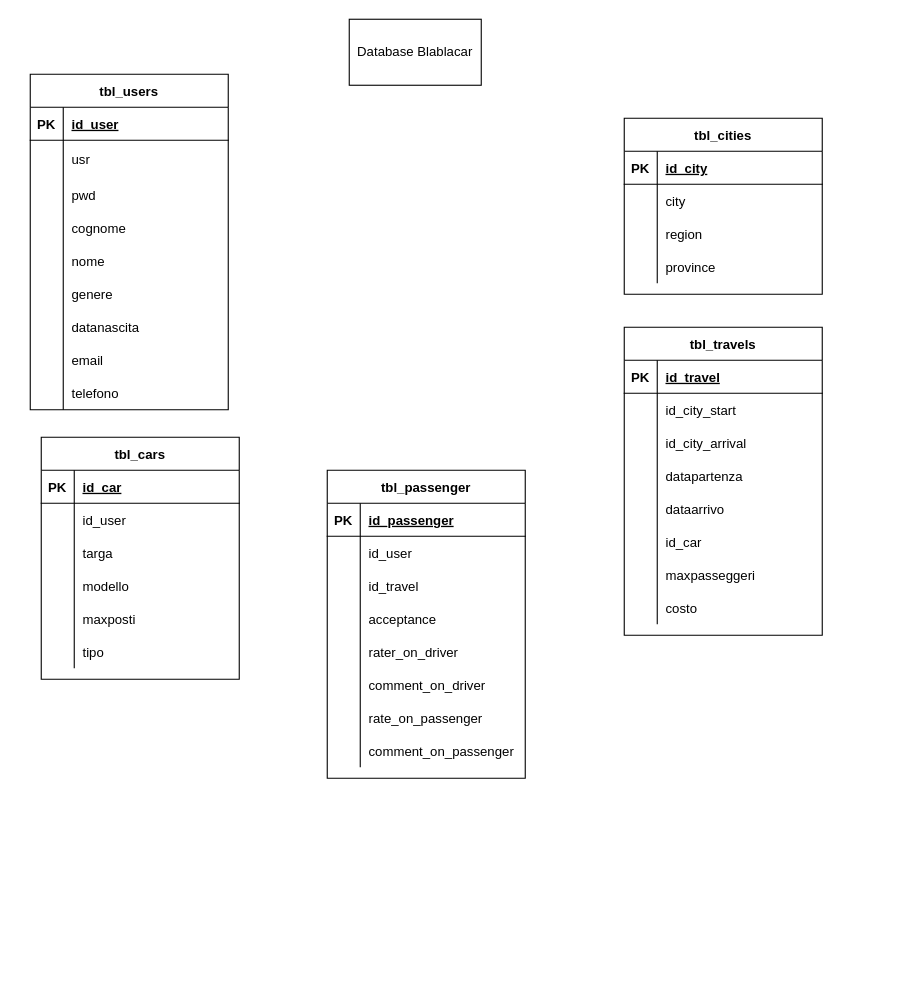
This is blablacar.drawio from andreabesso/andreabesso, a draw.io file, before an edit. Source tidied: cells renumbered, new cells numbered last; positions are measured from the earlier drawing's top-left corner, leaving out a move shared by most shapes. Both pictures are drawn from the tidied source at 110%, with x=0, y=0 at pixel (30, 19).
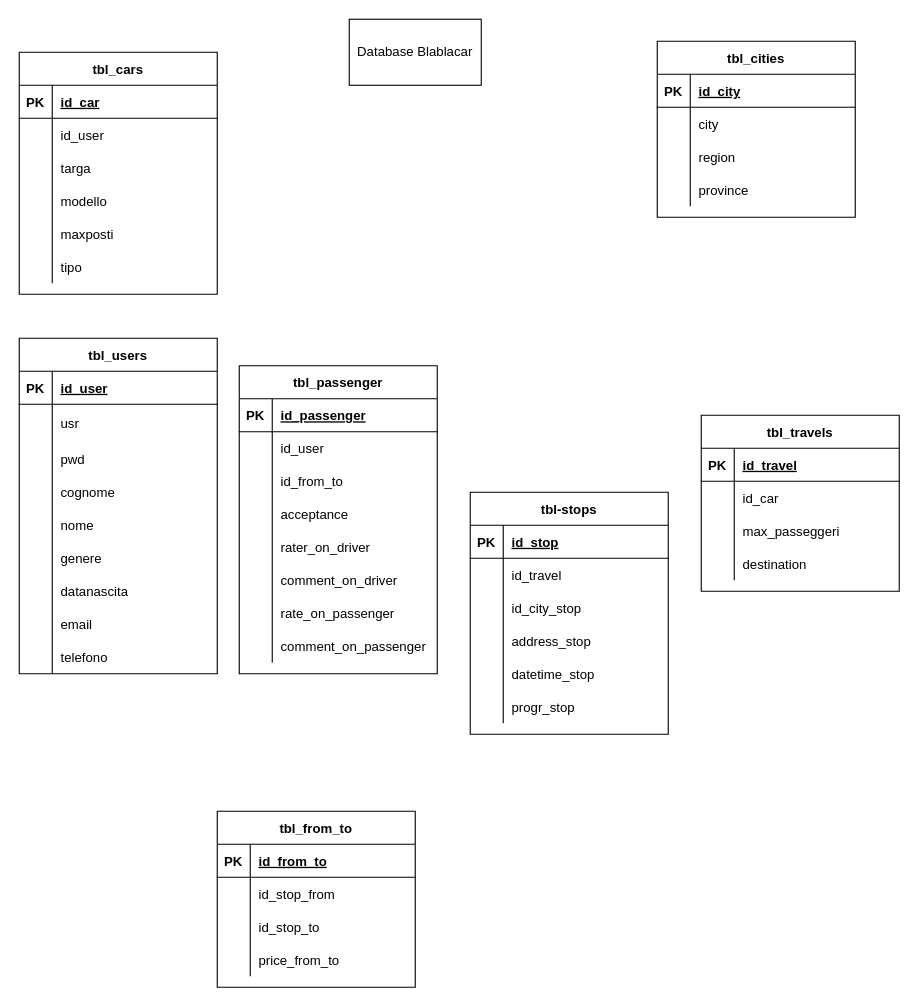
Above is the later version.

Unchanged cells that the change refers to:
```xml
<mxCell id="94" style="shape=partialRectangle;fillColor=none;top=0;left=0;bottom=0;right=0;" parent="87" vertex="1">
  <mxGeometry y="90" width="180" height="30" as="geometry" />
</mxCell>
```

The edit, as a diff of the source:
```diff
@@
     <mxCell id="2" value="tbl_users" style="shape=table;startSize=30;childLayout=tableLayout;rowLines=0;fontStyle=1;align=center;" parent="1" vertex="1">
-      <mxGeometry y="50" width="180" height="305" as="geometry" />
+      <mxGeometry x="-10" y="290" width="180" height="305" as="geometry" />
     </mxCell>
@@
     <mxCell id="30" value="tbl_cars" style="shape=table;startSize=30;childLayout=tableLayout;rowLines=0;fontStyle=1;align=center;" parent="1" vertex="1">
-      <mxGeometry x="10" y="380" width="180" height="220" as="geometry" />
+      <mxGeometry x="-10" y="30" width="180" height="220" as="geometry" />
     </mxCell>
@@
-    <mxCell id="49" value="tbl_travels" style="shape=table;startSize=30;childLayout=tableLayout;rowLines=0;fontStyle=1;align=center;" parent="1" vertex="1">
-      <mxGeometry x="540" y="280" width="180" height="280" as="geometry" />
-    </mxCell>
-    <mxCell id="50" style="shape=partialRectangle;fillColor=none;top=0;left=0;bottom=1;right=0;" parent="49" vertex="1">
-      <mxGeometry y="30" width="180" height="30" as="geometry" />
-    </mxCell>
-    <mxCell id="51" value="PK" style="shape=partialRectangle;fillColor=none;top=0;left=0;bottom=0;right=0;fontStyle=1;overflow=hidden;" parent="50" vertex="1">
-      <mxGeometry width="30" height="30" as="geometry" />
-    </mxCell>
-    <mxCell id="52" value="id_travel" style="shape=partialRectangle;fillColor=none;top=0;left=0;bottom=0;right=0;align=left;spacingLeft=6;fontStyle=5;overflow=hidden;" parent="50" vertex="1">
-      <mxGeometry x="30" width="150" height="30" as="geometry" />
-    </mxCell>
-    <mxCell id="53" style="shape=partialRectangle;fillColor=none;top=0;left=0;bottom=0;right=0;" parent="49" vertex="1">
-      <mxGeometry y="60" width="180" height="30" as="geometry" />
-    </mxCell>
-    <mxCell id="54" style="shape=partialRectangle;fillColor=none;top=0;left=0;bottom=0;right=0;overflow=hidden;" parent="53" vertex="1">
-      <mxGeometry width="30" height="30" as="geometry" />
-    </mxCell>
-    <mxCell id="55" value="id_city_start" style="shape=partialRectangle;fillColor=none;top=0;left=0;bottom=0;right=0;align=left;spacingLeft=6;overflow=hidden;" parent="53" vertex="1">
-      <mxGeometry x="30" width="150" height="30" as="geometry" />
-    </mxCell>
-    <mxCell id="56" style="shape=partialRectangle;fillColor=none;top=0;left=0;bottom=0;right=0;" parent="49" vertex="1">
-      <mxGeometry y="90" width="180" height="30" as="geometry" />
-    </mxCell>
-    <mxCell id="57" style="shape=partialRectangle;fillColor=none;top=0;left=0;bottom=0;right=0;overflow=hidden;" parent="56" vertex="1">
-      <mxGeometry width="30" height="30" as="geometry" />
-    </mxCell>
-    <mxCell id="58" value="id_city_arrival" style="shape=partialRectangle;fillColor=none;top=0;left=0;bottom=0;right=0;align=left;spacingLeft=6;overflow=hidden;" parent="56" vertex="1">
-      <mxGeometry x="30" width="150" height="30" as="geometry" />
-    </mxCell>
-    <mxCell id="59" style="shape=partialRectangle;fillColor=none;top=0;left=0;bottom=0;right=0;" parent="49" vertex="1">
-      <mxGeometry y="120" width="180" height="30" as="geometry" />
-    </mxCell>
-    <mxCell id="60" style="shape=partialRectangle;fillColor=none;top=0;left=0;bottom=0;right=0;overflow=hidden;" parent="59" vertex="1">
-      <mxGeometry width="30" height="30" as="geometry" />
-    </mxCell>
-    <mxCell id="61" value="datapartenza" style="shape=partialRectangle;fillColor=none;top=0;left=0;bottom=0;right=0;align=left;spacingLeft=6;overflow=hidden;" parent="59" vertex="1">
-      <mxGeometry x="30" width="150" height="30" as="geometry" />
-    </mxCell>
-    <mxCell id="62" style="shape=partialRectangle;fillColor=none;top=0;left=0;bottom=0;right=0;" parent="49" vertex="1">
-      <mxGeometry y="150" width="180" height="30" as="geometry" />
-    </mxCell>
-    <mxCell id="63" style="shape=partialRectangle;fillColor=none;top=0;left=0;bottom=0;right=0;overflow=hidden;" parent="62" vertex="1">
-      <mxGeometry width="30" height="30" as="geometry" />
-    </mxCell>
-    <mxCell id="64" value="dataarrivo" style="shape=partialRectangle;fillColor=none;top=0;left=0;bottom=0;right=0;align=left;spacingLeft=6;overflow=hidden;" parent="62" vertex="1">
-      <mxGeometry x="30" width="150" height="30" as="geometry" />
-    </mxCell>
-    <mxCell id="65" style="shape=partialRectangle;fillColor=none;top=0;left=0;bottom=0;right=0;" parent="49" vertex="1">
-      <mxGeometry y="180" width="180" height="30" as="geometry" />
-    </mxCell>
-    <mxCell id="66" style="shape=partialRectangle;fillColor=none;top=0;left=0;bottom=0;right=0;overflow=hidden;" parent="65" vertex="1">
-      <mxGeometry width="30" height="30" as="geometry" />
-    </mxCell>
-    <mxCell id="67" value="id_car" style="shape=partialRectangle;fillColor=none;top=0;left=0;bottom=0;right=0;align=left;spacingLeft=6;overflow=hidden;" parent="65" vertex="1">
-      <mxGeometry x="30" width="150" height="30" as="geometry" />
-    </mxCell>
-    <mxCell id="68" style="shape=partialRectangle;fillColor=none;top=0;left=0;bottom=0;right=0;" parent="49" vertex="1">
-      <mxGeometry y="210" width="180" height="30" as="geometry" />
-    </mxCell>
-    <mxCell id="69" style="shape=partialRectangle;fillColor=none;top=0;left=0;bottom=0;right=0;overflow=hidden;" parent="68" vertex="1">
-      <mxGeometry width="30" height="30" as="geometry" />
-    </mxCell>
-    <mxCell id="70" value="maxpasseggeri" style="shape=partialRectangle;fillColor=none;top=0;left=0;bottom=0;right=0;align=left;spacingLeft=6;overflow=hidden;" parent="68" vertex="1">
-      <mxGeometry x="30" width="150" height="30" as="geometry" />
-    </mxCell>
-    <mxCell id="71" style="shape=partialRectangle;fillColor=none;top=0;left=0;bottom=0;right=0;" parent="49" vertex="1">
-      <mxGeometry y="240" width="180" height="30" as="geometry" />
-    </mxCell>
-    <mxCell id="72" style="shape=partialRectangle;fillColor=none;top=0;left=0;bottom=0;right=0;overflow=hidden;" parent="71" vertex="1">
-      <mxGeometry width="30" height="30" as="geometry" />
-    </mxCell>
-    <mxCell id="73" value="costo" style="shape=partialRectangle;fillColor=none;top=0;left=0;bottom=0;right=0;align=left;spacingLeft=6;overflow=hidden;" parent="71" vertex="1">
-      <mxGeometry x="30" width="150" height="30" as="geometry" />
-    </mxCell>
     <mxCell id="74" value="tbl_cities" style="shape=table;startSize=30;childLayout=tableLayout;rowLines=0;fontStyle=1;align=center;" parent="1" vertex="1">
-      <mxGeometry x="540" y="90" width="180" height="160" as="geometry" />
+      <mxGeometry x="570" y="20" width="180" height="160" as="geometry" />
     </mxCell>
@@
     <mxCell id="87" value="tbl_passenger" style="shape=table;startSize=30;childLayout=tableLayout;rowLines=0;fontStyle=1;align=center;" parent="1" vertex="1">
-      <mxGeometry x="270" y="410" width="180" height="280" as="geometry" />
+      <mxGeometry x="190" y="315" width="180" height="280" as="geometry" />
     </mxCell>
@@
-    <mxCell id="96" value="id_travel" style="shape=partialRectangle;fillColor=none;top=0;left=0;bottom=0;right=0;align=left;spacingLeft=6;overflow=hidden;" parent="94" vertex="1">
+    <mxCell id="96" value="id_from_to" style="shape=partialRectangle;fillColor=none;top=0;left=0;bottom=0;right=0;align=left;spacingLeft=6;overflow=hidden;" parent="94" vertex="1">
       <mxGeometry x="30" width="150" height="30" as="geometry" />
     </mxCell>
@@
+    <mxCell id="113" value="tbl-stops" style="shape=table;startSize=30;childLayout=tableLayout;rowLines=0;fontStyle=1;align=center;" parent="1" vertex="1">
+      <mxGeometry x="400" y="430" width="180" height="220" as="geometry" />
+    </mxCell>
+    <mxCell id="114" style="shape=partialRectangle;fillColor=none;top=0;left=0;bottom=1;right=0;" parent="113" vertex="1">
+      <mxGeometry y="30" width="180" height="30" as="geometry" />
+    </mxCell>
+    <mxCell id="115" value="PK" style="shape=partialRectangle;fillColor=none;top=0;left=0;bottom=0;right=0;fontStyle=1;overflow=hidden;" parent="114" vertex="1">
+      <mxGeometry width="30" height="30" as="geometry" />
+    </mxCell>
+    <mxCell id="116" value="id_stop" style="shape=partialRectangle;fillColor=none;top=0;left=0;bottom=0;right=0;align=left;spacingLeft=6;fontStyle=5;overflow=hidden;" parent="114" vertex="1">
+      <mxGeometry x="30" width="150" height="30" as="geometry" />
+    </mxCell>
+    <mxCell id="117" style="shape=partialRectangle;fillColor=none;top=0;left=0;bottom=0;right=0;" parent="113" vertex="1">
+      <mxGeometry y="60" width="180" height="30" as="geometry" />
+    </mxCell>
+    <mxCell id="118" style="shape=partialRectangle;fillColor=none;top=0;left=0;bottom=0;right=0;overflow=hidden;" parent="117" vertex="1">
+      <mxGeometry width="30" height="30" as="geometry" />
+    </mxCell>
+    <mxCell id="119" value="id_travel" style="shape=partialRectangle;fillColor=none;top=0;left=0;bottom=0;right=0;align=left;spacingLeft=6;overflow=hidden;" parent="117" vertex="1">
+      <mxGeometry x="30" width="150" height="30" as="geometry" />
+    </mxCell>
+    <mxCell id="120" style="shape=partialRectangle;fillColor=none;top=0;left=0;bottom=0;right=0;" parent="113" vertex="1">
+      <mxGeometry y="90" width="180" height="30" as="geometry" />
+    </mxCell>
+    <mxCell id="121" style="shape=partialRectangle;fillColor=none;top=0;left=0;bottom=0;right=0;overflow=hidden;" parent="120" vertex="1">
+      <mxGeometry width="30" height="30" as="geometry" />
+    </mxCell>
+    <mxCell id="122" value="id_city_stop" style="shape=partialRectangle;fillColor=none;top=0;left=0;bottom=0;right=0;align=left;spacingLeft=6;overflow=hidden;" parent="120" vertex="1">
+      <mxGeometry x="30" width="150" height="30" as="geometry" />
+    </mxCell>
+    <mxCell id="123" style="shape=partialRectangle;fillColor=none;top=0;left=0;bottom=0;right=0;" parent="113" vertex="1">
+      <mxGeometry y="120" width="180" height="30" as="geometry" />
+    </mxCell>
+    <mxCell id="124" style="shape=partialRectangle;fillColor=none;top=0;left=0;bottom=0;right=0;overflow=hidden;" parent="123" vertex="1">
+      <mxGeometry width="30" height="30" as="geometry" />
+    </mxCell>
+    <mxCell id="125" value="address_stop" style="shape=partialRectangle;fillColor=none;top=0;left=0;bottom=0;right=0;align=left;spacingLeft=6;overflow=hidden;" parent="123" vertex="1">
+      <mxGeometry x="30" width="150" height="30" as="geometry" />
+    </mxCell>
+    <mxCell id="62" style="shape=partialRectangle;fillColor=none;top=0;left=0;bottom=0;right=0;" parent="113" vertex="1">
+      <mxGeometry y="150" width="180" height="30" as="geometry" />
+    </mxCell>
+    <mxCell id="126" style="shape=partialRectangle;fillColor=none;top=0;left=0;bottom=0;right=0;overflow=hidden;" parent="62" vertex="1">
+      <mxGeometry width="30" height="30" as="geometry" />
+    </mxCell>
+    <mxCell id="127" value="datetime_stop" style="shape=partialRectangle;fillColor=none;top=0;left=0;bottom=0;right=0;align=left;spacingLeft=6;overflow=hidden;" parent="62" vertex="1">
+      <mxGeometry x="30" width="150" height="30" as="geometry" />
+    </mxCell>
+    <mxCell id="65" style="shape=partialRectangle;fillColor=none;top=0;left=0;bottom=0;right=0;" parent="113" vertex="1">
+      <mxGeometry y="180" width="180" height="30" as="geometry" />
+    </mxCell>
+    <mxCell id="128" style="shape=partialRectangle;fillColor=none;top=0;left=0;bottom=0;right=0;overflow=hidden;" parent="65" vertex="1">
+      <mxGeometry width="30" height="30" as="geometry" />
+    </mxCell>
+    <mxCell id="129" value="progr_stop" style="shape=partialRectangle;fillColor=none;top=0;left=0;bottom=0;right=0;align=left;spacingLeft=6;overflow=hidden;" parent="65" vertex="1">
+      <mxGeometry x="30" width="150" height="30" as="geometry" />
+    </mxCell>
+    <mxCell id="49" value="tbl_travels" style="shape=table;startSize=30;childLayout=tableLayout;rowLines=0;fontStyle=1;align=center;" parent="1" vertex="1">
+      <mxGeometry x="610" y="360" width="180" height="160" as="geometry" />
+    </mxCell>
+    <mxCell id="130" style="shape=partialRectangle;fillColor=none;top=0;left=0;bottom=1;right=0;" parent="49" vertex="1">
+      <mxGeometry y="30" width="180" height="30" as="geometry" />
+    </mxCell>
+    <mxCell id="131" value="PK" style="shape=partialRectangle;fillColor=none;top=0;left=0;bottom=0;right=0;fontStyle=1;overflow=hidden;" parent="130" vertex="1">
+      <mxGeometry width="30" height="30" as="geometry" />
+    </mxCell>
+    <mxCell id="52" value="id_travel" style="shape=partialRectangle;fillColor=none;top=0;left=0;bottom=0;right=0;align=left;spacingLeft=6;fontStyle=5;overflow=hidden;" parent="130" vertex="1">
+      <mxGeometry x="30" width="150" height="30" as="geometry" />
+    </mxCell>
+    <mxCell id="132" style="shape=partialRectangle;fillColor=none;top=0;left=0;bottom=0;right=0;" parent="49" vertex="1">
+      <mxGeometry y="60" width="180" height="30" as="geometry" />
+    </mxCell>
+    <mxCell id="133" style="shape=partialRectangle;fillColor=none;top=0;left=0;bottom=0;right=0;overflow=hidden;" parent="132" vertex="1">
+      <mxGeometry width="30" height="30" as="geometry" />
+    </mxCell>
+    <mxCell id="67" value="id_car" style="shape=partialRectangle;fillColor=none;top=0;left=0;bottom=0;right=0;align=left;spacingLeft=6;overflow=hidden;" parent="132" vertex="1">
+      <mxGeometry x="30" width="150" height="30" as="geometry" />
+    </mxCell>
+    <mxCell id="134" style="shape=partialRectangle;fillColor=none;top=0;left=0;bottom=0;right=0;" parent="49" vertex="1">
+      <mxGeometry y="90" width="180" height="30" as="geometry" />
+    </mxCell>
+    <mxCell id="135" style="shape=partialRectangle;fillColor=none;top=0;left=0;bottom=0;right=0;overflow=hidden;" parent="134" vertex="1">
+      <mxGeometry width="30" height="30" as="geometry" />
+    </mxCell>
+    <mxCell id="136" value="max_passeggeri" style="shape=partialRectangle;fillColor=none;top=0;left=0;bottom=0;right=0;align=left;spacingLeft=6;overflow=hidden;" parent="134" vertex="1">
+      <mxGeometry x="30" width="150" height="30" as="geometry" />
+    </mxCell>
+    <mxCell id="137" style="shape=partialRectangle;fillColor=none;top=0;left=0;bottom=0;right=0;" parent="49" vertex="1">
+      <mxGeometry y="120" width="180" height="30" as="geometry" />
+    </mxCell>
+    <mxCell id="138" style="shape=partialRectangle;fillColor=none;top=0;left=0;bottom=0;right=0;overflow=hidden;" parent="137" vertex="1">
+      <mxGeometry width="30" height="30" as="geometry" />
+    </mxCell>
+    <mxCell id="139" value="destination" style="shape=partialRectangle;fillColor=none;top=0;left=0;bottom=0;right=0;align=left;spacingLeft=6;overflow=hidden;" parent="137" vertex="1">
+      <mxGeometry x="30" width="150" height="30" as="geometry" />
+    </mxCell>
+    <mxCell id="140" value="tbl_from_to" style="shape=table;startSize=30;childLayout=tableLayout;rowLines=0;fontStyle=1;align=center;" parent="1" vertex="1">
+      <mxGeometry x="170" y="720" width="180" height="160" as="geometry" />
+    </mxCell>
+    <mxCell id="141" style="shape=partialRectangle;fillColor=none;top=0;left=0;bottom=1;right=0;" parent="140" vertex="1">
+      <mxGeometry y="30" width="180" height="30" as="geometry" />
+    </mxCell>
+    <mxCell id="142" value="PK" style="shape=partialRectangle;fillColor=none;top=0;left=0;bottom=0;right=0;fontStyle=1;overflow=hidden;" parent="141" vertex="1">
+      <mxGeometry width="30" height="30" as="geometry" />
+    </mxCell>
+    <mxCell id="143" value="id_from_to" style="shape=partialRectangle;fillColor=none;top=0;left=0;bottom=0;right=0;align=left;spacingLeft=6;fontStyle=5;overflow=hidden;" parent="141" vertex="1">
+      <mxGeometry x="30" width="150" height="30" as="geometry" />
+    </mxCell>
+    <mxCell id="144" style="shape=partialRectangle;fillColor=none;top=0;left=0;bottom=0;right=0;" parent="140" vertex="1">
+      <mxGeometry y="60" width="180" height="30" as="geometry" />
+    </mxCell>
+    <mxCell id="145" style="shape=partialRectangle;fillColor=none;top=0;left=0;bottom=0;right=0;overflow=hidden;" parent="144" vertex="1">
+      <mxGeometry width="30" height="30" as="geometry" />
+    </mxCell>
+    <mxCell id="146" value="id_stop_from" style="shape=partialRectangle;fillColor=none;top=0;left=0;bottom=0;right=0;align=left;spacingLeft=6;overflow=hidden;" parent="144" vertex="1">
+      <mxGeometry x="30" width="150" height="30" as="geometry" />
+    </mxCell>
+    <mxCell id="147" style="shape=partialRectangle;fillColor=none;top=0;left=0;bottom=0;right=0;" parent="140" vertex="1">
+      <mxGeometry y="90" width="180" height="30" as="geometry" />
+    </mxCell>
+    <mxCell id="148" style="shape=partialRectangle;fillColor=none;top=0;left=0;bottom=0;right=0;overflow=hidden;" parent="147" vertex="1">
+      <mxGeometry width="30" height="30" as="geometry" />
+    </mxCell>
+    <mxCell id="149" value="id_stop_to" style="shape=partialRectangle;fillColor=none;top=0;left=0;bottom=0;right=0;align=left;spacingLeft=6;overflow=hidden;" parent="147" vertex="1">
+      <mxGeometry x="30" width="150" height="30" as="geometry" />
+    </mxCell>
+    <mxCell id="150" style="shape=partialRectangle;fillColor=none;top=0;left=0;bottom=0;right=0;" parent="140" vertex="1">
+      <mxGeometry y="120" width="180" height="30" as="geometry" />
+    </mxCell>
+    <mxCell id="151" style="shape=partialRectangle;fillColor=none;top=0;left=0;bottom=0;right=0;overflow=hidden;" parent="150" vertex="1">
+      <mxGeometry width="30" height="30" as="geometry" />
+    </mxCell>
+    <mxCell id="152" value="price_from_to" style="shape=partialRectangle;fillColor=none;top=0;left=0;bottom=0;right=0;align=left;spacingLeft=6;overflow=hidden;" parent="150" vertex="1">
+      <mxGeometry x="30" width="150" height="30" as="geometry" />
+    </mxCell>
```
